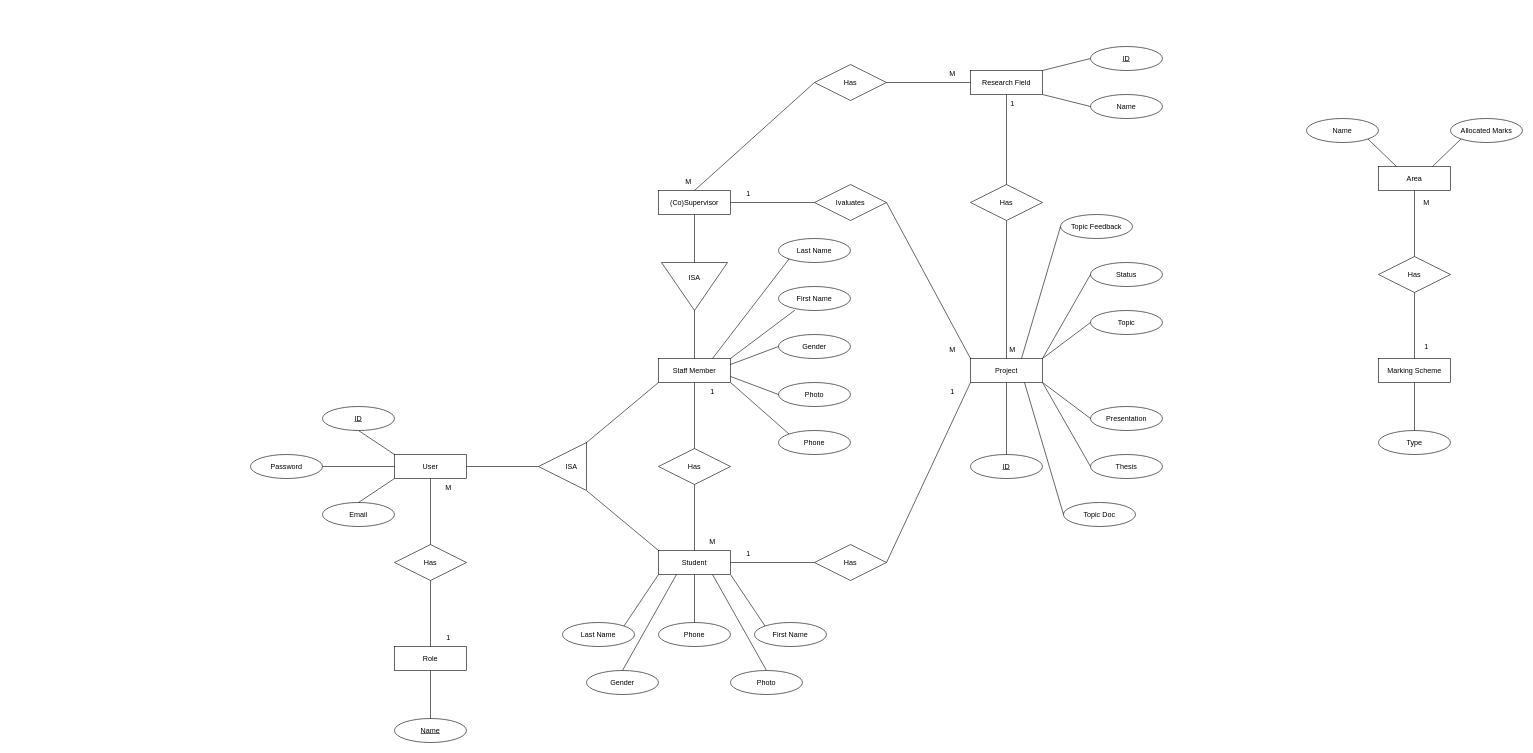
LassazVegaz/RPMT keeps this draw.io diagram as docs/ER.drawio. Above is the earlier version. Source tidied: cells renumbered, new cells numbered last; positions are measured from the earlier drawing's top-left corner, leaving out a move shared by most shapes. Both pictures are drawn from the tidied source at 60%, with x=0, y=0 at pixel (250, 46).
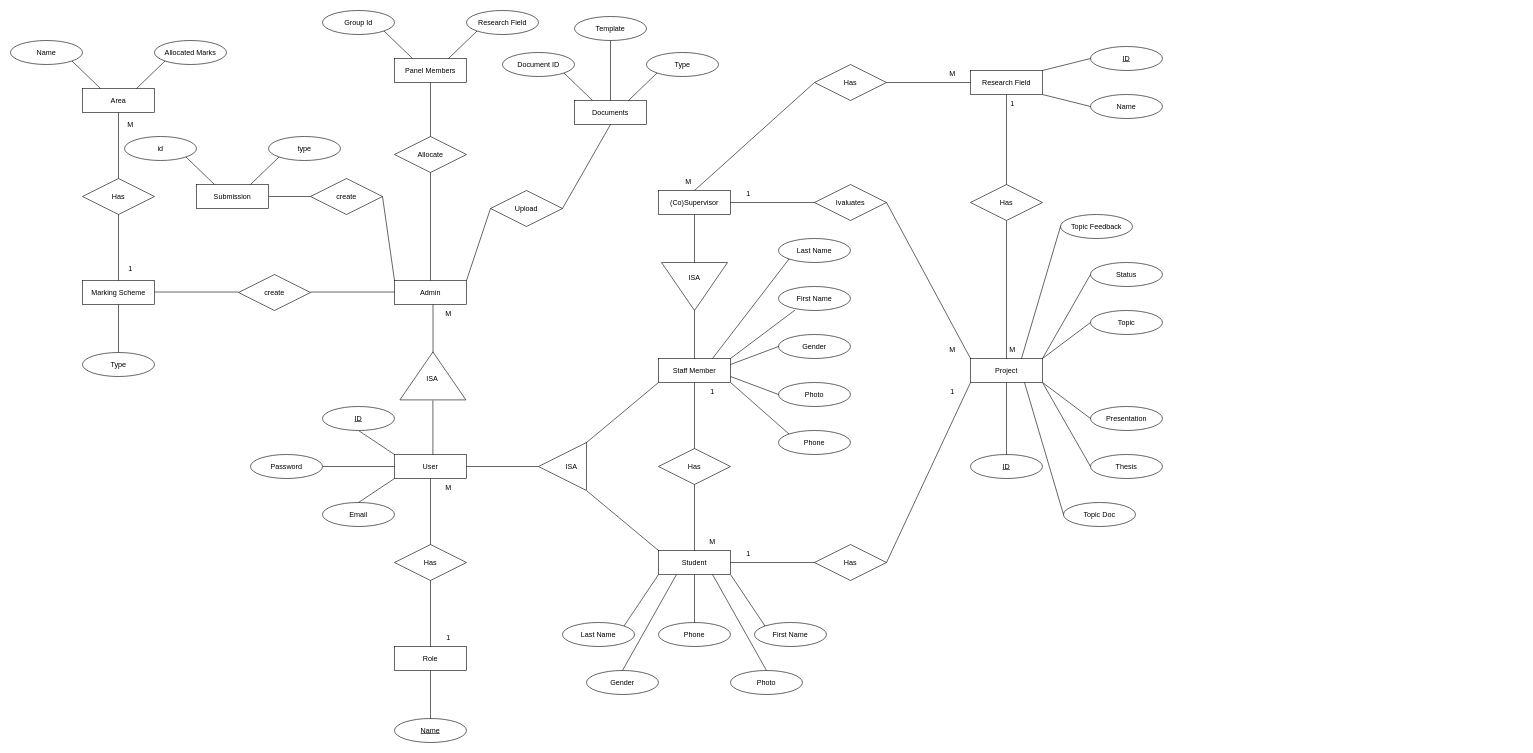
After the change.

Diff of the diagram source:
```diff
@@
     <mxCell id="94" value="Marking Scheme" style="whiteSpace=wrap;html=1;align=center;" parent="1" vertex="1">
-      <mxGeometry x="1880" y="520" width="120" height="40" as="geometry" />
+      <mxGeometry x="-280" y="390" width="120" height="40" as="geometry" />
     </mxCell>
     <mxCell id="95" value="Type" style="ellipse;whiteSpace=wrap;html=1;align=center;" parent="1" vertex="1">
-      <mxGeometry x="1880" y="640" width="120" height="40" as="geometry" />
+      <mxGeometry x="-280" y="510" width="120" height="40" as="geometry" />
     </mxCell>
     <mxCell id="96" value="Name" style="ellipse;whiteSpace=wrap;html=1;align=center;" parent="1" vertex="1">
-      <mxGeometry x="1760" y="120" width="120" height="40" as="geometry" />
+      <mxGeometry x="-400" y="-10" width="120" height="40" as="geometry" />
     </mxCell>
     <mxCell id="97" value="Has" style="shape=rhombus;perimeter=rhombusPerimeter;whiteSpace=wrap;html=1;align=center;" parent="1" vertex="1">
-      <mxGeometry x="1880" y="350" width="120" height="60" as="geometry" />
+      <mxGeometry x="-280" y="220" width="120" height="60" as="geometry" />
     </mxCell>
     <mxCell id="98" value="Area" style="whiteSpace=wrap;html=1;align=center;" parent="1" vertex="1">
-      <mxGeometry x="1880" y="200" width="120" height="40" as="geometry" />
+      <mxGeometry x="-280" y="70" width="120" height="40" as="geometry" />
     </mxCell>
     <mxCell id="99" value="Allocated Marks" style="ellipse;whiteSpace=wrap;html=1;align=center;" parent="1" vertex="1">
-      <mxGeometry x="2000" y="120" width="120" height="40" as="geometry" />
+      <mxGeometry x="-160" y="-10" width="120" height="40" as="geometry" />
     </mxCell>
@@
     <mxCell id="105" value="M" style="text;html=1;strokeColor=none;fillColor=none;align=center;verticalAlign=middle;whiteSpace=wrap;rounded=0;" parent="1" vertex="1">
-      <mxGeometry x="1930" y="245" width="60" height="30" as="geometry" />
+      <mxGeometry x="-230" y="115" width="60" height="30" as="geometry" />
     </mxCell>
     <mxCell id="106" value="1" style="text;html=1;strokeColor=none;fillColor=none;align=center;verticalAlign=middle;whiteSpace=wrap;rounded=0;" parent="1" vertex="1">
-      <mxGeometry x="1930" y="485" width="60" height="30" as="geometry" />
+      <mxGeometry x="-230" y="355" width="60" height="30" as="geometry" />
     </mxCell>
+    <mxCell id="107" value="Admin" style="whiteSpace=wrap;html=1;align=center;" parent="1" vertex="1">
+      <mxGeometry x="240" y="390" width="120" height="40" as="geometry" />
+    </mxCell>
+    <mxCell id="108" value="create" style="shape=rhombus;perimeter=rhombusPerimeter;whiteSpace=wrap;html=1;align=center;" parent="1" vertex="1">
+      <mxGeometry x="-20" y="380" width="120" height="60" as="geometry" />
+    </mxCell>
+    <mxCell id="109" style="endArrow=none;html=1;rounded=0;entryX=0;entryY=0.5;entryDx=0;entryDy=0;exitX=1;exitY=0.5;exitDx=0;exitDy=0;" parent="1" edge="1">
+      <mxGeometry relative="1" as="geometry">
+        <mxPoint x="100" y="409.2" as="sourcePoint" />
+        <mxPoint x="240" y="409.2" as="targetPoint" />
+      </mxGeometry>
+    </mxCell>
+    <mxCell id="110" style="endArrow=none;html=1;rounded=0;entryX=0;entryY=0.5;entryDx=0;entryDy=0;exitX=1;exitY=0.5;exitDx=0;exitDy=0;" parent="1" edge="1">
+      <mxGeometry relative="1" as="geometry">
+        <mxPoint x="-160" y="409.2" as="sourcePoint" />
+        <mxPoint x="-20" y="409.2" as="targetPoint" />
+      </mxGeometry>
+    </mxCell>
+    <mxCell id="111" style="triangle;whiteSpace=wrap;html=1;flipH=0;flipV=0;direction=north;" parent="1" vertex="1">
+      <mxGeometry x="249" y="509" width="110" height="80" as="geometry" />
+    </mxCell>
+    <mxCell id="112" value="ISA" style="text;html=1;strokeColor=none;fillColor=none;align=center;verticalAlign=middle;whiteSpace=wrap;rounded=0;" parent="1" vertex="1">
+      <mxGeometry x="273" y="539" width="60" height="30" as="geometry" />
+    </mxCell>
+    <mxCell id="113" style="endArrow=none;html=1;rounded=0;exitX=0.5;exitY=1;exitDx=0;exitDy=0;entryX=0;entryY=0.5;entryDx=0;entryDy=0;" parent="1" edge="1">
+      <mxGeometry relative="1" as="geometry">
+        <mxPoint x="304.2" y="430" as="sourcePoint" />
+        <mxPoint x="304.2" y="510" as="targetPoint" />
+      </mxGeometry>
+    </mxCell>
+    <mxCell id="114" style="endArrow=none;html=1;rounded=0;exitX=0.5;exitY=1;exitDx=0;exitDy=0;entryX=0.5;entryY=0;entryDx=0;entryDy=0;" parent="1" edge="1">
+      <mxGeometry relative="1" as="geometry">
+        <mxPoint x="304" y="590" as="sourcePoint" />
+        <mxPoint x="304" y="680" as="targetPoint" />
+      </mxGeometry>
+    </mxCell>
+    <mxCell id="115" value="create" style="shape=rhombus;perimeter=rhombusPerimeter;whiteSpace=wrap;html=1;align=center;" parent="1" vertex="1">
+      <mxGeometry x="100" y="220" width="120" height="60" as="geometry" />
+    </mxCell>
+    <mxCell id="116" style="endArrow=none;html=1;rounded=0;exitX=1;exitY=0.5;exitDx=0;exitDy=0;entryX=0;entryY=0;entryDx=0;entryDy=0;" parent="1" edge="1" source="115" target="107">
+      <mxGeometry relative="1" as="geometry" />
+    </mxCell>
+    <mxCell id="117" style="endArrow=none;html=1;rounded=0;exitX=1;exitY=0.5;exitDx=0;exitDy=0;entryX=0;entryY=0.5;entryDx=0;entryDy=0;" parent="1" edge="1" target="115">
+      <mxGeometry relative="1" as="geometry">
+        <mxPoint x="30" y="250" as="sourcePoint" />
+      </mxGeometry>
+    </mxCell>
+    <mxCell id="118" value="id" style="ellipse;whiteSpace=wrap;html=1;align=center;" parent="1" vertex="1">
+      <mxGeometry x="-210" y="150" width="120" height="40" as="geometry" />
+    </mxCell>
+    <mxCell id="119" value="Submission" style="whiteSpace=wrap;html=1;align=center;" parent="1" vertex="1">
+      <mxGeometry x="-90" y="230" width="120" height="40" as="geometry" />
+    </mxCell>
+    <mxCell id="120" value="type" style="ellipse;whiteSpace=wrap;html=1;align=center;" parent="1" vertex="1">
+      <mxGeometry x="30" y="150" width="120" height="40" as="geometry" />
+    </mxCell>
+    <mxCell id="121" style="endArrow=none;html=1;rounded=0;entryX=0;entryY=1;entryDx=0;entryDy=0;exitX=0.75;exitY=0;exitDx=0;exitDy=0;" parent="1" edge="1" source="119" target="120">
+      <mxGeometry relative="1" as="geometry" />
+    </mxCell>
+    <mxCell id="122" style="endArrow=none;html=1;rounded=0;entryX=1;entryY=1;entryDx=0;entryDy=0;exitX=0.25;exitY=0;exitDx=0;exitDy=0;" parent="1" edge="1" source="119" target="118">
+      <mxGeometry relative="1" as="geometry" />
+    </mxCell>
+    <mxCell id="123" value="Allocate" style="shape=rhombus;perimeter=rhombusPerimeter;whiteSpace=wrap;html=1;align=center;" parent="1" vertex="1">
+      <mxGeometry x="240" y="150" width="120" height="60" as="geometry" />
+    </mxCell>
+    <mxCell id="124" style="endArrow=none;html=1;rounded=0;exitX=0.5;exitY=1;exitDx=0;exitDy=0;entryX=0.5;entryY=0;entryDx=0;entryDy=0;" parent="1" edge="1" source="123" target="107">
+      <mxGeometry relative="1" as="geometry" />
+    </mxCell>
+    <mxCell id="125" value="Group Id" style="ellipse;whiteSpace=wrap;html=1;align=center;" parent="1" vertex="1">
+      <mxGeometry x="120" y="-60" width="120" height="40" as="geometry" />
+    </mxCell>
+    <mxCell id="126" value="Panel Members" style="whiteSpace=wrap;html=1;align=center;" parent="1" vertex="1">
+      <mxGeometry x="240" y="20" width="120" height="40" as="geometry" />
+    </mxCell>
+    <mxCell id="127" value="Research Field" style="ellipse;whiteSpace=wrap;html=1;align=center;" parent="1" vertex="1">
+      <mxGeometry x="360" y="-60" width="120" height="40" as="geometry" />
+    </mxCell>
+    <mxCell id="128" style="endArrow=none;html=1;rounded=0;entryX=0;entryY=1;entryDx=0;entryDy=0;exitX=0.75;exitY=0;exitDx=0;exitDy=0;" parent="1" edge="1" source="126" target="127">
+      <mxGeometry relative="1" as="geometry" />
+    </mxCell>
+    <mxCell id="129" style="endArrow=none;html=1;rounded=0;entryX=1;entryY=1;entryDx=0;entryDy=0;exitX=0.25;exitY=0;exitDx=0;exitDy=0;" parent="1" edge="1" source="126" target="125">
+      <mxGeometry relative="1" as="geometry" />
+    </mxCell>
+    <mxCell id="130" style="endArrow=none;html=1;rounded=0;exitX=0.5;exitY=1;exitDx=0;exitDy=0;" parent="1" edge="1" source="126">
+      <mxGeometry relative="1" as="geometry">
+        <mxPoint x="300" y="150" as="targetPoint" />
+      </mxGeometry>
+    </mxCell>
+    <mxCell id="131" value="Upload" style="shape=rhombus;perimeter=rhombusPerimeter;whiteSpace=wrap;html=1;align=center;" parent="1" vertex="1">
+      <mxGeometry x="400" y="240" width="120" height="60" as="geometry" />
+    </mxCell>
+    <mxCell id="132" style="endArrow=none;html=1;rounded=0;exitX=0;exitY=0.5;exitDx=0;exitDy=0;entryX=1;entryY=0;entryDx=0;entryDy=0;" parent="1" edge="1" source="131" target="107">
+      <mxGeometry relative="1" as="geometry" />
+    </mxCell>
+    <mxCell id="133" value="Document ID" style="ellipse;whiteSpace=wrap;html=1;align=center;" parent="1" vertex="1">
+      <mxGeometry x="420" y="10" width="120" height="40" as="geometry" />
+    </mxCell>
+    <mxCell id="134" value="Documents" style="whiteSpace=wrap;html=1;align=center;" parent="1" vertex="1">
+      <mxGeometry x="540" y="90" width="120" height="40" as="geometry" />
+    </mxCell>
+    <mxCell id="135" value="Type" style="ellipse;whiteSpace=wrap;html=1;align=center;" parent="1" vertex="1">
+      <mxGeometry x="660" y="10" width="120" height="40" as="geometry" />
+    </mxCell>
+    <mxCell id="136" style="endArrow=none;html=1;rounded=0;entryX=0;entryY=1;entryDx=0;entryDy=0;exitX=0.75;exitY=0;exitDx=0;exitDy=0;" parent="1" edge="1" source="134" target="135">
+      <mxGeometry relative="1" as="geometry" />
+    </mxCell>
+    <mxCell id="137" style="endArrow=none;html=1;rounded=0;entryX=1;entryY=1;entryDx=0;entryDy=0;exitX=0.25;exitY=0;exitDx=0;exitDy=0;" parent="1" edge="1" source="134" target="133">
+      <mxGeometry relative="1" as="geometry" />
+    </mxCell>
+    <mxCell id="138" style="endArrow=none;html=1;rounded=0;exitX=0.5;exitY=1;exitDx=0;exitDy=0;entryX=1;entryY=0.5;entryDx=0;entryDy=0;" parent="1" edge="1" source="134" target="131">
+      <mxGeometry relative="1" as="geometry" />
+    </mxCell>
+    <mxCell id="139" value="Template" style="ellipse;whiteSpace=wrap;html=1;align=center;" parent="1" vertex="1">
+      <mxGeometry x="540" y="-50" width="120" height="40" as="geometry" />
+    </mxCell>
+    <mxCell id="140" style="endArrow=none;html=1;rounded=0;entryX=0.5;entryY=1;entryDx=0;entryDy=0;exitX=0.5;exitY=0;exitDx=0;exitDy=0;" parent="1" edge="1" source="134" target="139">
+      <mxGeometry relative="1" as="geometry" />
+    </mxCell>
+    <mxCell id="141" value="M" style="text;html=1;strokeColor=none;fillColor=none;align=center;verticalAlign=middle;whiteSpace=wrap;rounded=0;" parent="1" vertex="1">
+      <mxGeometry x="300" y="430" width="60" height="30" as="geometry" />
+    </mxCell>
```
